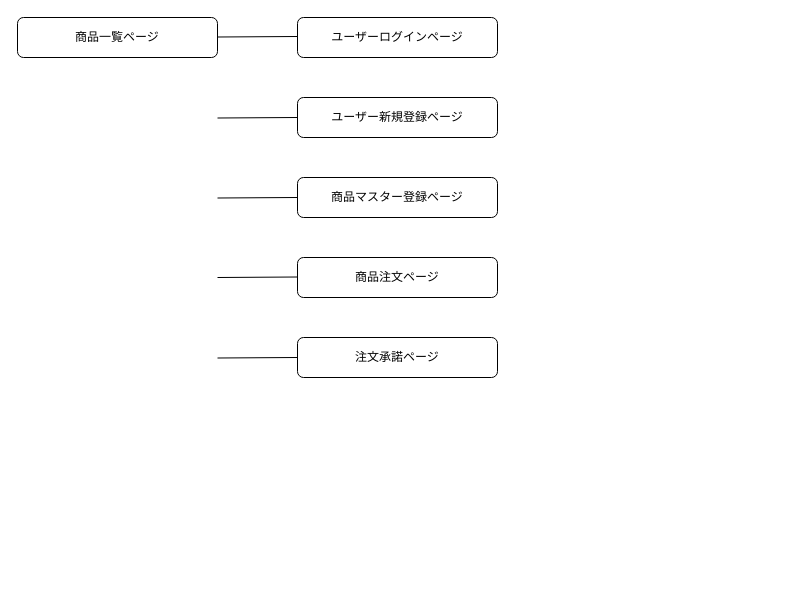
takonushi/nanaeats keeps this draw.io diagram as nanaeats画面遷移図.dio. Above is the earlier version. Source tidied: cells renumbered, new cells numbered last; positions are measured from the earlier drawing's top-left corner, leaving out a move shared by most shapes. Both pictures are drawn from the tidied source at 100%, with x=0, y=0 at pixel (17, 17).
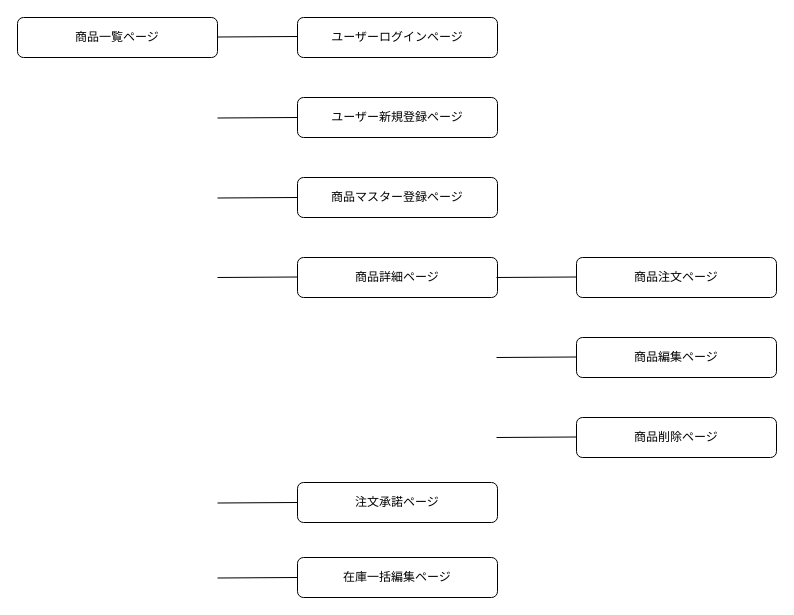
The same diagram, later.

Change to the diagram source:
```diff
@@
-    <mxCell id="9" value="商品注文ページ" style="rounded=1;whiteSpace=wrap;html=1;" parent="1" vertex="1">
+    <mxCell id="9" value="商品詳細ページ" style="rounded=1;whiteSpace=wrap;html=1;" parent="1" vertex="1">
       <mxGeometry x="280" y="240" width="200" height="40" as="geometry" />
     </mxCell>
@@
     <mxCell id="11" style="endArrow=none;html=1;" parent="1" edge="1">
       <mxGeometry relative="1" as="geometry">
-        <mxPoint x="200" y="340.5" as="sourcePoint" />
-        <mxPoint x="280" y="340" as="targetPoint" />
+        <mxPoint x="200" y="485.5" as="sourcePoint" />
+        <mxPoint x="280" y="485" as="targetPoint" />
       </mxGeometry>
     </mxCell>
     <mxCell id="12" value="注文承諾ページ" style="rounded=1;whiteSpace=wrap;html=1;" parent="1" vertex="1">
-      <mxGeometry x="280" y="320" width="200" height="40" as="geometry" />
+      <mxGeometry x="280" y="465" width="200" height="40" as="geometry" />
     </mxCell>
+    <mxCell id="13" value="商品注文ページ" style="rounded=1;whiteSpace=wrap;html=1;" parent="1" vertex="1">
+      <mxGeometry x="559" y="240" width="200" height="40" as="geometry" />
+    </mxCell>
+    <mxCell id="14" style="endArrow=none;html=1;" parent="1" edge="1">
+      <mxGeometry relative="1" as="geometry">
+        <mxPoint x="479" y="260" as="sourcePoint" />
+        <mxPoint x="559" y="259.5" as="targetPoint" />
+      </mxGeometry>
+    </mxCell>
+    <mxCell id="15" value="商品編集ページ" style="rounded=1;whiteSpace=wrap;html=1;" parent="1" vertex="1">
+      <mxGeometry x="559" y="320" width="200" height="40" as="geometry" />
+    </mxCell>
+    <mxCell id="16" style="endArrow=none;html=1;" parent="1" edge="1">
+      <mxGeometry relative="1" as="geometry">
+        <mxPoint x="479" y="340" as="sourcePoint" />
+        <mxPoint x="559" y="339.5" as="targetPoint" />
+      </mxGeometry>
+    </mxCell>
+    <mxCell id="17" value="商品削除ページ" style="rounded=1;whiteSpace=wrap;html=1;" parent="1" vertex="1">
+      <mxGeometry x="559" y="400" width="200" height="40" as="geometry" />
+    </mxCell>
+    <mxCell id="18" style="endArrow=none;html=1;" parent="1" edge="1">
+      <mxGeometry relative="1" as="geometry">
+        <mxPoint x="479" y="420" as="sourcePoint" />
+        <mxPoint x="559" y="419.5" as="targetPoint" />
+      </mxGeometry>
+    </mxCell>
+    <mxCell id="19" style="endArrow=none;html=1;" parent="1" edge="1">
+      <mxGeometry relative="1" as="geometry">
+        <mxPoint x="200" y="560.5" as="sourcePoint" />
+        <mxPoint x="280" y="560" as="targetPoint" />
+      </mxGeometry>
+    </mxCell>
+    <mxCell id="20" value="在庫一括編集ページ" style="rounded=1;whiteSpace=wrap;html=1;" parent="1" vertex="1">
+      <mxGeometry x="280" y="540" width="200" height="40" as="geometry" />
+    </mxCell>
```
